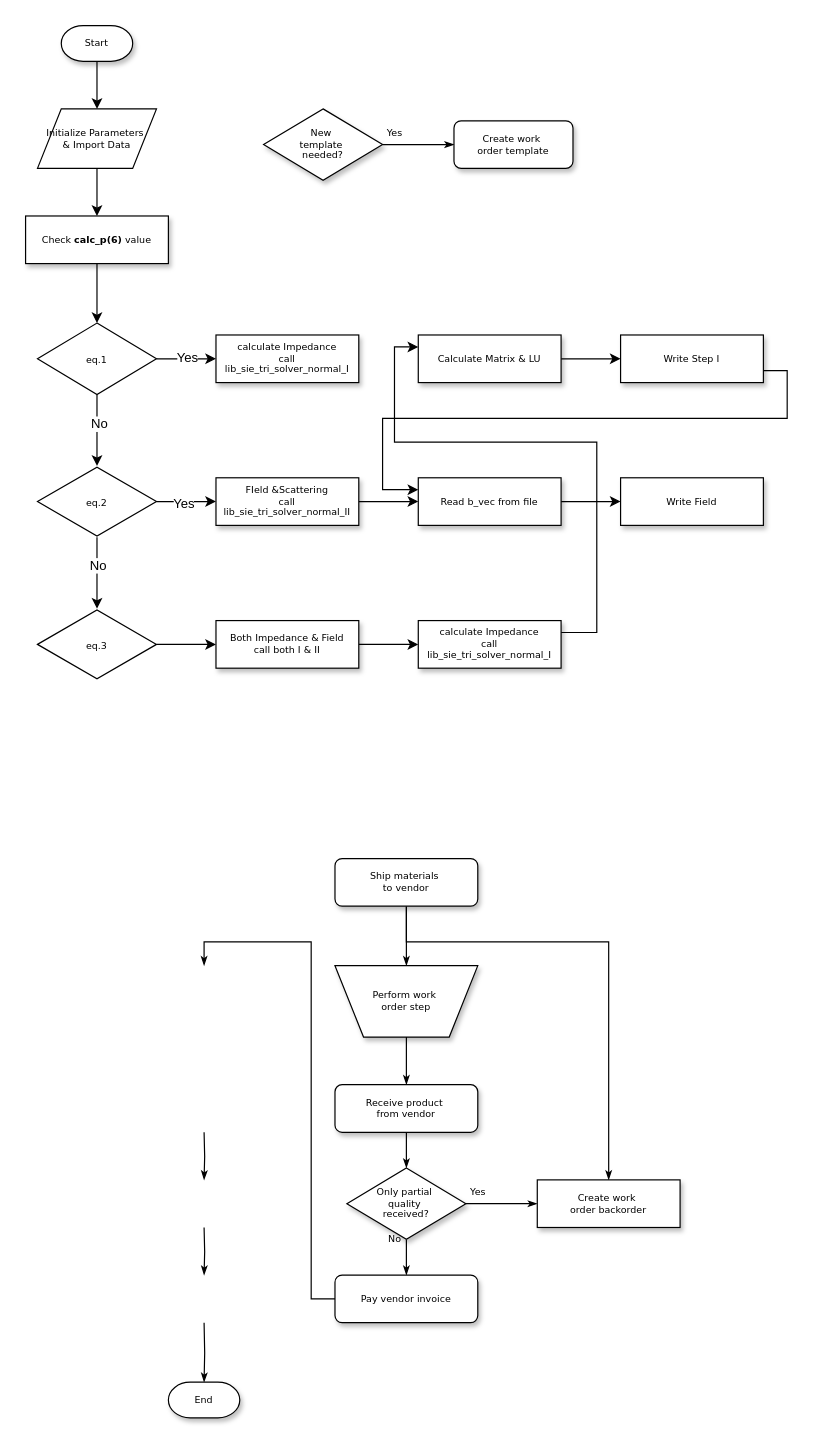
Before: 未命名绘图.drawio in ZHONGYUzu/ZHONGYUzu.github.io, a draw.io diagram. Source tidied: cells renumbered, new cells numbered last; positions are measured from the earlier drawing's top-left corner, leaving out a move shared by most shapes. Both pictures are drawn from the tidied source at 119%, with x=0, y=0 at pixel (25, 25).
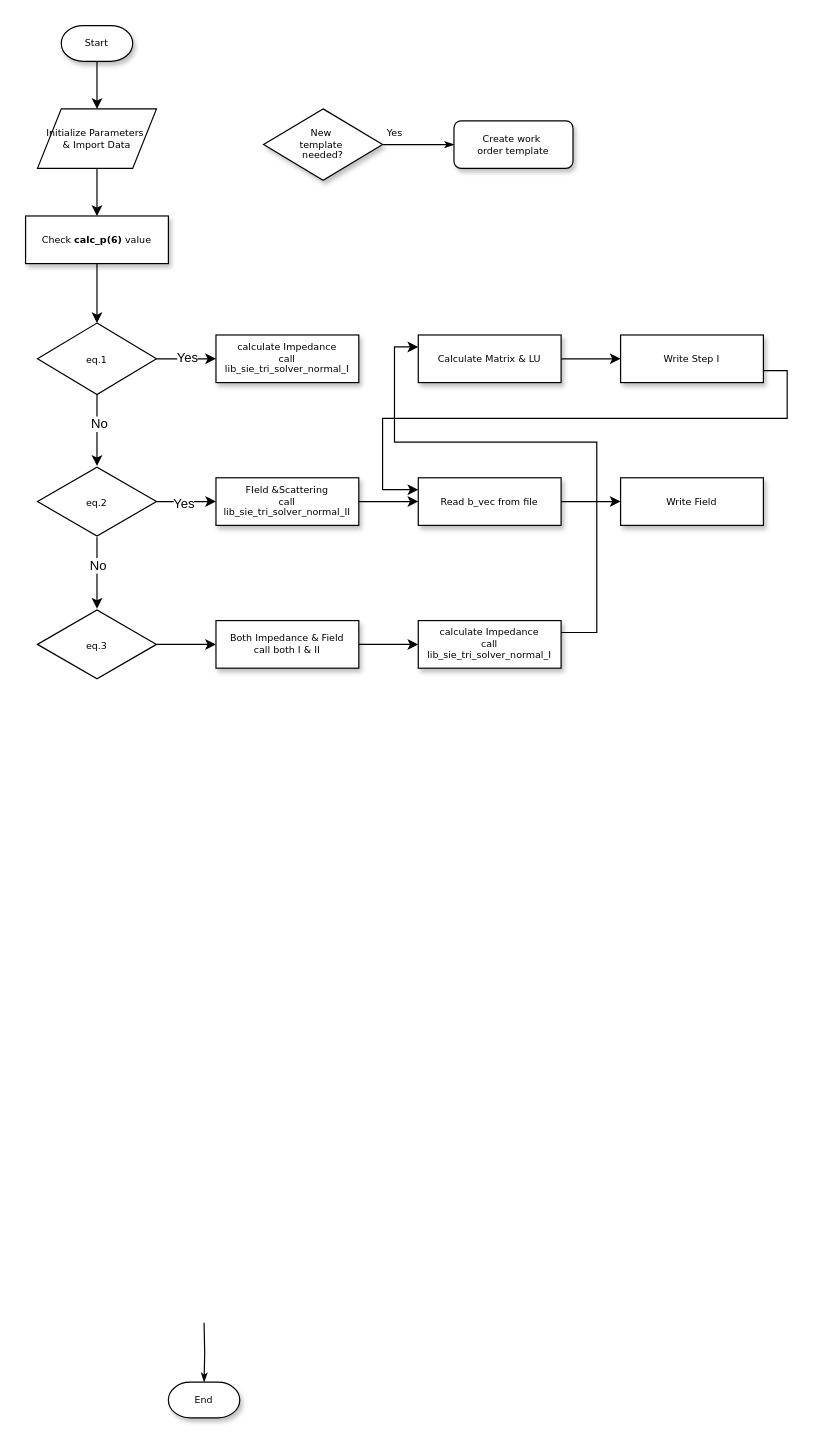
The same diagram, later.

Change to the diagram source:
```diff
@@
-    <mxCell id="10" style="edgeStyle=orthogonalEdgeStyle;rounded=0;html=1;labelBackgroundColor=none;startSize=5;endArrow=classicThin;endFill=1;endSize=5;jettySize=auto;strokeWidth=1;fontFamily=Verdana;fontSize=8;" parent="1" edge="1" source="12" target="14">
-      <mxGeometry relative="1" as="geometry" />
-    </mxCell>
-    <mxCell id="11" style="edgeStyle=orthogonalEdgeStyle;rounded=0;html=1;labelBackgroundColor=none;startSize=5;endArrow=classicThin;endFill=1;endSize=5;jettySize=auto;strokeWidth=1;fontFamily=Verdana;fontSize=8;" parent="1" edge="1" source="12" target="22">
-      <mxGeometry relative="1" as="geometry">
-        <Array as="points">
-          <mxPoint x="320" y="770" />
-          <mxPoint x="490" y="770" />
-        </Array>
-      </mxGeometry>
-    </mxCell>
-    <mxCell id="12" value="Ship materials&amp;nbsp;&lt;div&gt;to vendor&lt;/div&gt;" style="rounded=1;whiteSpace=wrap;html=1;shadow=1;labelBackgroundColor=none;strokeWidth=1;fontFamily=Verdana;fontSize=8;align=center;" parent="1" vertex="1">
-      <mxGeometry x="260" y="700" width="120" height="40" as="geometry" />
-    </mxCell>
-    <mxCell id="13" style="edgeStyle=orthogonalEdgeStyle;rounded=0;html=1;labelBackgroundColor=none;startSize=5;endArrow=classicThin;endFill=1;endSize=5;jettySize=auto;strokeWidth=1;fontFamily=Verdana;fontSize=8;" parent="1" edge="1" source="14" target="17">
-      <mxGeometry relative="1" as="geometry" />
-    </mxCell>
-    <mxCell id="14" value="Perform work&amp;nbsp;&lt;div&gt;order step&lt;/div&gt;" style="shape=trapezoid;whiteSpace=wrap;html=1;rounded=0;shadow=1;labelBackgroundColor=none;strokeWidth=1;fontFamily=Verdana;fontSize=8;align=center;flipV=1;" parent="1" vertex="1">
-      <mxGeometry x="260" y="790" width="120" height="60" as="geometry" />
-    </mxCell>
-    <mxCell id="15" style="edgeStyle=orthogonalEdgeStyle;rounded=0;html=1;labelBackgroundColor=none;startSize=5;endArrow=classicThin;endFill=1;endSize=5;jettySize=auto;orthogonalLoop=1;strokeWidth=1;fontFamily=Verdana;fontSize=8;" parent="1" edge="1">
-      <mxGeometry relative="1" as="geometry">
-        <mxPoint x="150" y="930" as="sourcePoint" />
-        <mxPoint x="150" y="970" as="targetPoint" />
-      </mxGeometry>
-    </mxCell>
-    <mxCell id="16" style="edgeStyle=orthogonalEdgeStyle;rounded=0;html=1;labelBackgroundColor=none;startSize=5;endArrow=classicThin;endFill=1;endSize=5;jettySize=auto;strokeWidth=1;fontFamily=Verdana;fontSize=8;" parent="1" edge="1" source="17" target="21">
-      <mxGeometry relative="1" as="geometry" />
-    </mxCell>
-    <mxCell id="17" value="Receive product&amp;nbsp;&lt;div&gt;from vendor&lt;/div&gt;" style="rounded=1;whiteSpace=wrap;html=1;shadow=1;labelBackgroundColor=none;strokeWidth=1;fontFamily=Verdana;fontSize=8;align=center;" parent="1" vertex="1">
-      <mxGeometry x="260" y="890" width="120" height="40" as="geometry" />
-    </mxCell>
-    <mxCell id="18" style="edgeStyle=orthogonalEdgeStyle;rounded=0;html=1;labelBackgroundColor=none;startSize=5;endArrow=classicThin;endFill=1;endSize=5;jettySize=auto;orthogonalLoop=1;strokeWidth=1;fontFamily=Verdana;fontSize=8;" parent="1" edge="1">
-      <mxGeometry relative="1" as="geometry">
-        <mxPoint x="150" y="1010" as="sourcePoint" />
-        <mxPoint x="150" y="1050" as="targetPoint" />
-      </mxGeometry>
-    </mxCell>
-    <mxCell id="19" value="No" style="edgeStyle=orthogonalEdgeStyle;rounded=0;html=1;labelBackgroundColor=none;startSize=5;endArrow=classicThin;endFill=1;endSize=5;jettySize=auto;strokeWidth=1;fontFamily=Verdana;fontSize=8;" parent="1" edge="1" source="21" target="25">
-      <mxGeometry x="0.2" y="14" relative="1" as="geometry">
-        <mxPoint x="-24" y="-10" as="offset" />
-      </mxGeometry>
-    </mxCell>
-    <mxCell id="20" value="Yes" style="edgeStyle=orthogonalEdgeStyle;rounded=0;html=1;labelBackgroundColor=none;startSize=5;endArrow=classicThin;endFill=1;endSize=5;jettySize=auto;strokeWidth=1;fontFamily=Verdana;fontSize=8;" parent="1" edge="1" source="21" target="22">
-      <mxGeometry x="-0.67" y="10" relative="1" as="geometry" />
-    </mxCell>
-    <mxCell id="21" value="Only partial&amp;nbsp;&lt;div&gt;quality&amp;nbsp;&lt;/div&gt;&lt;div&gt;received?&lt;/div&gt;" style="rhombus;whiteSpace=wrap;html=1;rounded=0;shadow=1;labelBackgroundColor=none;strokeWidth=1;fontFamily=Verdana;fontSize=8;align=center;" parent="1" vertex="1">
-      <mxGeometry x="270" y="960" width="100" height="60" as="geometry" />
-    </mxCell>
-    <mxCell id="22" value="Create work&amp;nbsp;&lt;div&gt;order backorder&lt;/div&gt;" style="whiteSpace=wrap;html=1;rounded=0;shadow=1;labelBackgroundColor=none;strokeWidth=1;fontFamily=Verdana;fontSize=8;align=center;" parent="1" vertex="1">
-      <mxGeometry x="430" y="970" width="120" height="40" as="geometry" />
-    </mxCell>
@@
-    <mxCell id="24" style="edgeStyle=orthogonalEdgeStyle;rounded=0;html=1;labelBackgroundColor=none;startSize=5;endArrow=classicThin;endFill=1;endSize=5;jettySize=auto;strokeWidth=1;fontFamily=Verdana;fontSize=8;" parent="1" edge="1" source="25">
-      <mxGeometry relative="1" as="geometry">
-        <mxPoint x="150" y="790" as="targetPoint" />
-        <Array as="points">
-          <mxPoint x="240" y="1070" />
-          <mxPoint x="240" y="770" />
-          <mxPoint x="150" y="770" />
-        </Array>
-      </mxGeometry>
-    </mxCell>
-    <mxCell id="25" value="Pay vendor invoice" style="rounded=1;whiteSpace=wrap;html=1;shadow=1;labelBackgroundColor=none;strokeWidth=1;fontFamily=Verdana;fontSize=8;align=center;" parent="1" vertex="1">
-      <mxGeometry x="260" y="1050" width="120" height="40" as="geometry" />
-    </mxCell>
```
